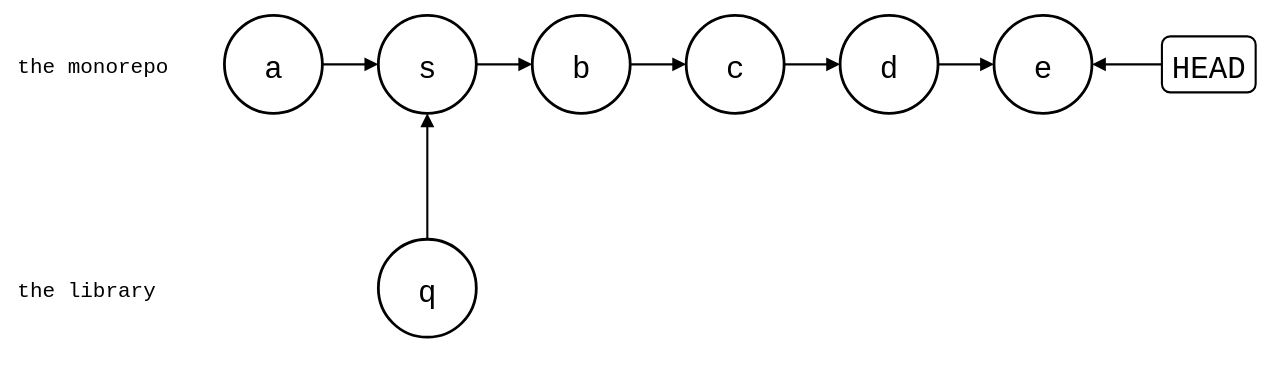
roschaefer/episodes keeps this draw.io diagram as git-splice/test/comparisons/git-subtree-squashed.drawio.svg. Above is the earlier version. Source tidied: cells renumbered, new cells last; positions are measured from the earlier drawing's top-left corner, leaving out a move shared by most shapes.
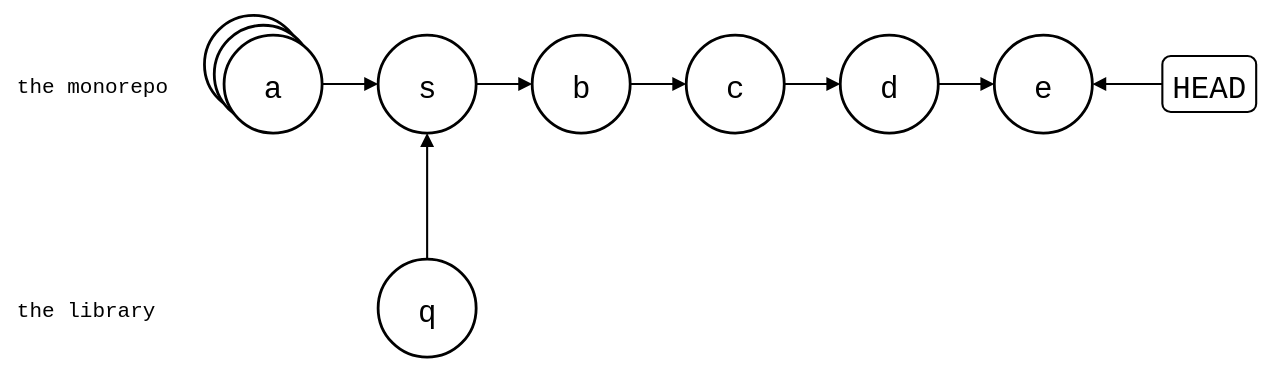
The same file after the commit.

Diff of the diagram source:
```diff
@@ -8,6 +8,12 @@
     <mxCell id="3" value="the library" style="text;strokeColor=none;fillColor=none;align=left;verticalAlign=middle;fontSize=15;fontFamily=Roboto Mono,monospace;" parent="1" vertex="1">
       <mxGeometry y="180" width="130" height="30" as="geometry" />
     </mxCell>
+    <mxCell id="19" style="shape=ellipse;strokeWidth=2;fontSize=22;fontFamily=Roboto Mono,monospace;" parent="1" vertex="1">
+      <mxGeometry x="136" y="-14" width="70" height="70" as="geometry" />
+    </mxCell>
+    <mxCell id="20" style="shape=ellipse;strokeWidth=2;fontSize=22;fontFamily=Roboto Mono,monospace;" parent="1" vertex="1">
+      <mxGeometry x="143" y="-7" width="70" height="70" as="geometry" />
+    </mxCell>
     <mxCell id="4" value="a" style="ellipse;strokeWidth=2;fontSize=22;fontFamily=Roboto Mono,monospace;" parent="1" vertex="1">
       <mxGeometry x="150" width="70" height="70" as="geometry" />
     </mxCell>
```
